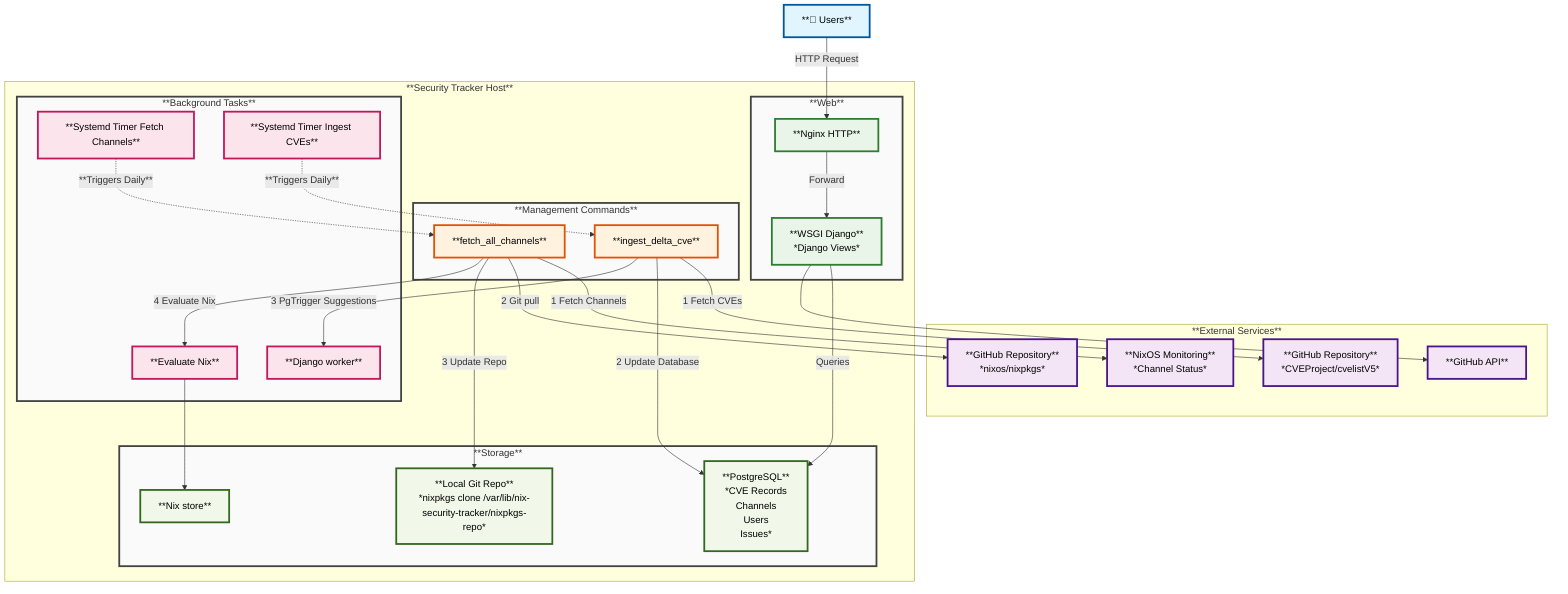
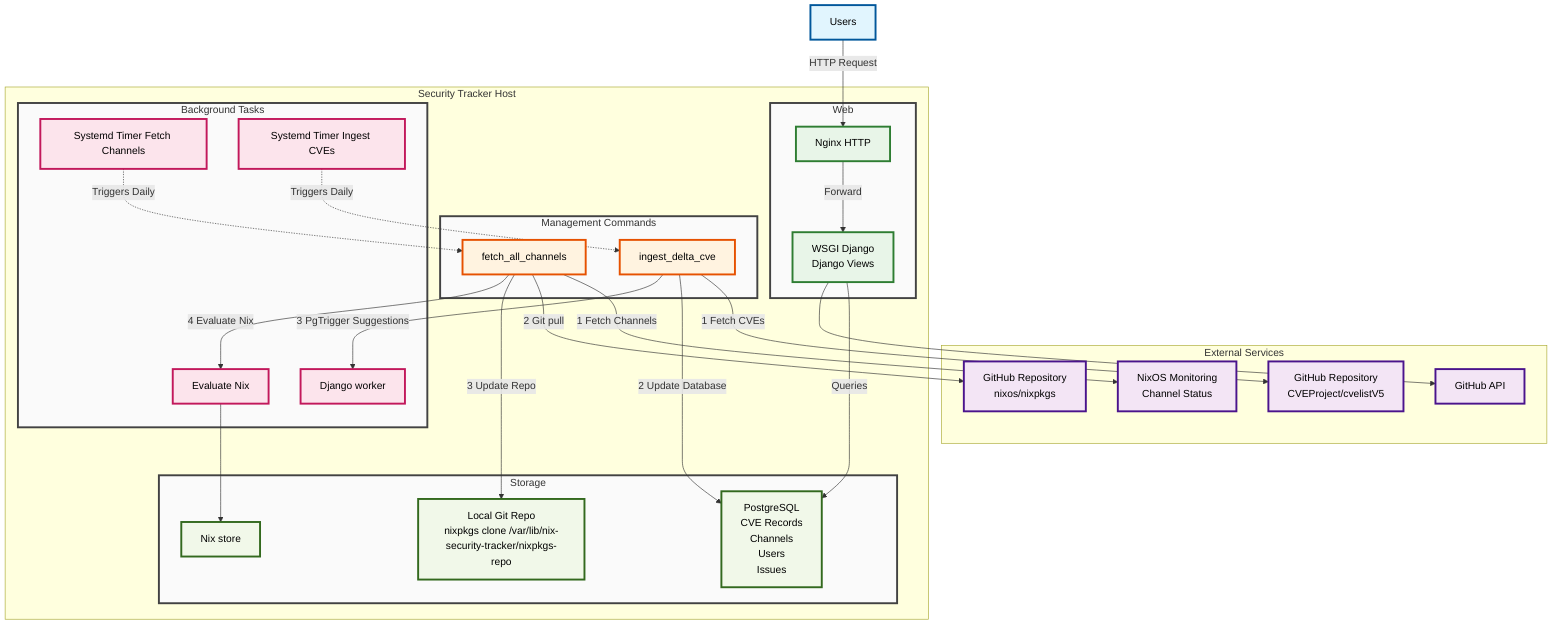
graph TB
-     Users["**👥 Users**"]
+     Users["Users"]

-     subgraph External["**External Services**"]
-         GitHub["**GitHub API**"]
-         GitHubNixos["**GitHub Repository**<br/>*nixos/nixpkgs*"]
-         GitHubCVEs["**GitHub Repository**<br/>*CVEProject/cvelistV5*"]
-         NixMonitoring["**NixOS Monitoring**<br/>*Channel Status*"]
+     subgraph External["External Services"]
+         GitHub["GitHub API"]
+         GitHubNixos["GitHub Repository<br/>nixos/nixpkgs"]
+         GitHubCVEs["GitHub Repository<br/>CVEProject/cvelistV5"]
+         NixMonitoring["NixOS Monitoring<br/>Channel Status"]
    end

-     subgraph SecurityTracker ["**Security Tracker Host**"]
- 	  subgraph Web["**Web**"]
- 		  Nginx["**Nginx HTTP**"]
- 		  WSGI["**WSGI Django**<br/>*Django Views*"]
+     subgraph SecurityTracker ["Security Tracker Host"]
+ 	  subgraph Web["Web"]
+ 		  Nginx["Nginx HTTP"]
+ 		  WSGI["WSGI Django<br/>Django Views"]
	  end

- 	  subgraph ManageCommands["**Management Commands**"]
- 		  FetchAllChannels["**fetch_all_channels**"]
- 		  IngestCVEs["**ingest_delta_cve**"]
+ 	  subgraph ManageCommands["Management Commands"]
+ 		  FetchAllChannels["fetch_all_channels"]
+ 		  IngestCVEs["ingest_delta_cve"]
	  end

- 	  subgraph Background["**Background Tasks**"]
- 		  SystemdTimerChannels["**Systemd Timer Fetch Channels**"]
- 		  SystemdTimerCVEs["**Systemd Timer Ingest CVEs**"]
-           NixEval["**Evaluate Nix**"]
-           DjangoWorker["**Django worker**"]
+ 	  subgraph Background["Background Tasks"]
+ 		  SystemdTimerChannels["Systemd Timer Fetch Channels"]
+ 		  SystemdTimerCVEs["Systemd Timer Ingest CVEs"]
+           NixEval["Evaluate Nix"]
+           DjangoWorker["Django worker"]
	  end

- 	  subgraph Storage["**Storage**"]
- 		  PostgreSQL["**PostgreSQL**<br/>*CVE Records<br/>Channels<br/>Users<br/>Issues*"]
- 		  LocalGitCheckout["**Local Git Repo**<br/>*nixpkgs clone /var/lib/nix-security-tracker/nixpkgs-repo*"]
- 		  NixStore["**Nix store**"]
+ 	  subgraph Storage["Storage"]
+ 		  PostgreSQL["PostgreSQL<br/>CVE Records<br/>Channels<br/>Users<br/>Issues"]
+ 		  LocalGitCheckout["Local Git Repo<br/>nixpkgs clone /var/lib/nix-security-tracker/nixpkgs-repo"]
+ 		  NixStore["Nix store"]
	  end

    end

	%% User interactions
	Users -->|HTTP Request| Nginx -->|Forward| WSGI -->|Queries| PostgreSQL
    WSGI --> GitHub

    %% Timers
-     SystemdTimerChannels -.->|**Triggers Daily**| FetchAllChannels
+     SystemdTimerChannels -.->|Triggers Daily| FetchAllChannels
    FetchAllChannels -->|1 Fetch Channels| NixMonitoring
    FetchAllChannels -->|2 Git pull| GitHubNixos
    FetchAllChannels -->|3 Update Repo| LocalGitCheckout
    FetchAllChannels -->|4 Evaluate Nix| NixEval --> NixStore

-     SystemdTimerCVEs -.->|**Triggers Daily**| IngestCVEs
+     SystemdTimerCVEs -.->|Triggers Daily| IngestCVEs
    IngestCVEs -->|1 Fetch CVEs| GitHubCVEs
    IngestCVEs -->|2 Update Database| PostgreSQL
    IngestCVEs -->|3 PgTrigger Suggestions| DjangoWorker

  classDef userClass fill:#e1f5fe,stroke:#01579b,stroke-width:3px,color:#000
    classDef externalClass fill:#f3e5f5,stroke:#4a148c,stroke-width:3px,color:#000
    classDef webClass fill:#e8f5e8,stroke:#2e7d32,stroke-width:3px,color:#000
    classDef commandClass fill:#fff3e0,stroke:#e65100,stroke-width:3px,color:#000
    classDef backgroundClass fill:#fce4ec,stroke:#c2185b,stroke-width:3px,color:#000
    classDef storageClass fill:#f1f8e9,stroke:#33691e,stroke-width:3px,color:#000
    classDef subgraphClass fill:#fafafa,stroke:#424242,stroke-width:3px

    class Users userClass
    class GitHub,GitHubNixos,GitHubCVEs,NixMonitoring externalClass
    class Nginx,WSGI webClass
    class FetchAllChannels,IngestCVEs commandClass
    class SystemdTimerChannels,SystemdTimerCVEs,NixEval,DjangoWorker backgroundClass
    class PostgreSQL,LocalGitCheckout,NixStore storageClass
    class Storage,Background,ManageCommands,Web subgraphClass
